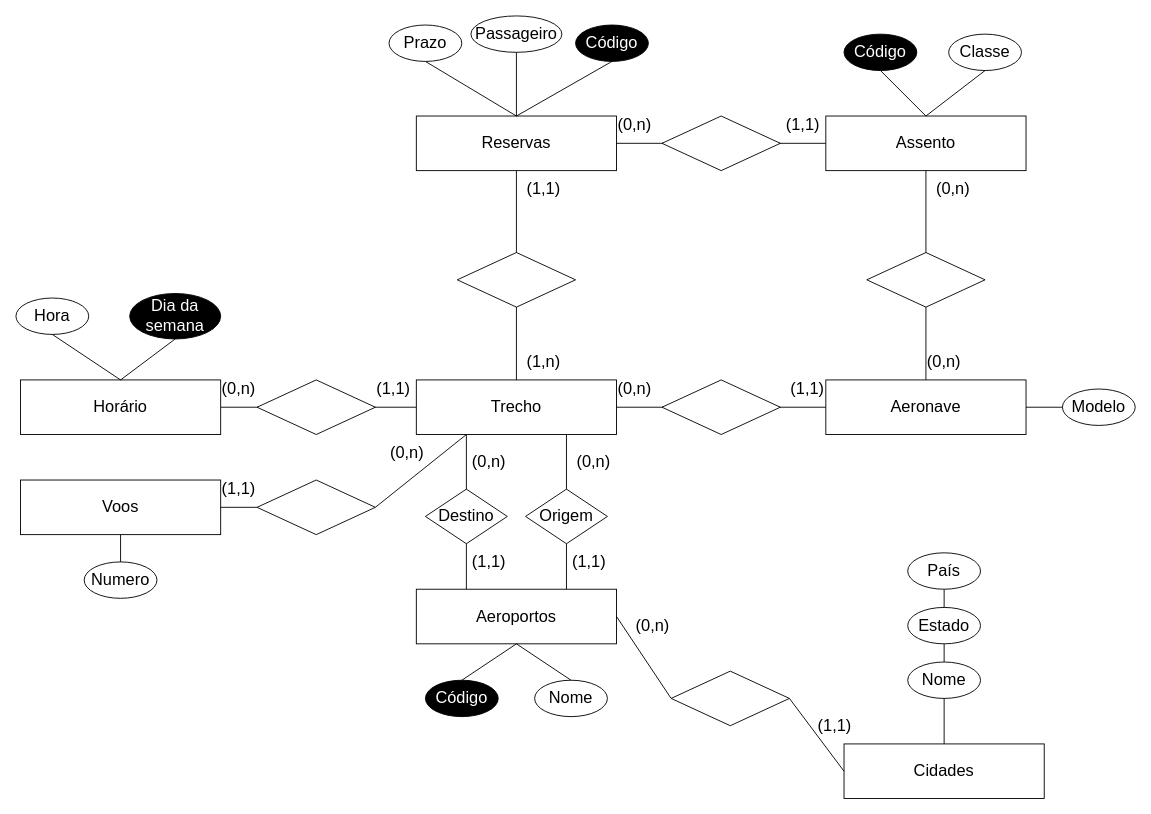
Before: Facul/Untitled Diagram.drawio in HansRafael/projects, a draw.io diagram. Source tidied: cells renumbered, new cells numbered last; positions are measured from the earlier drawing's top-left corner, leaving out a move shared by most shapes. Both pictures are drawn from the tidied source at 91%, with x=0, y=0 at pixel (15, 15).
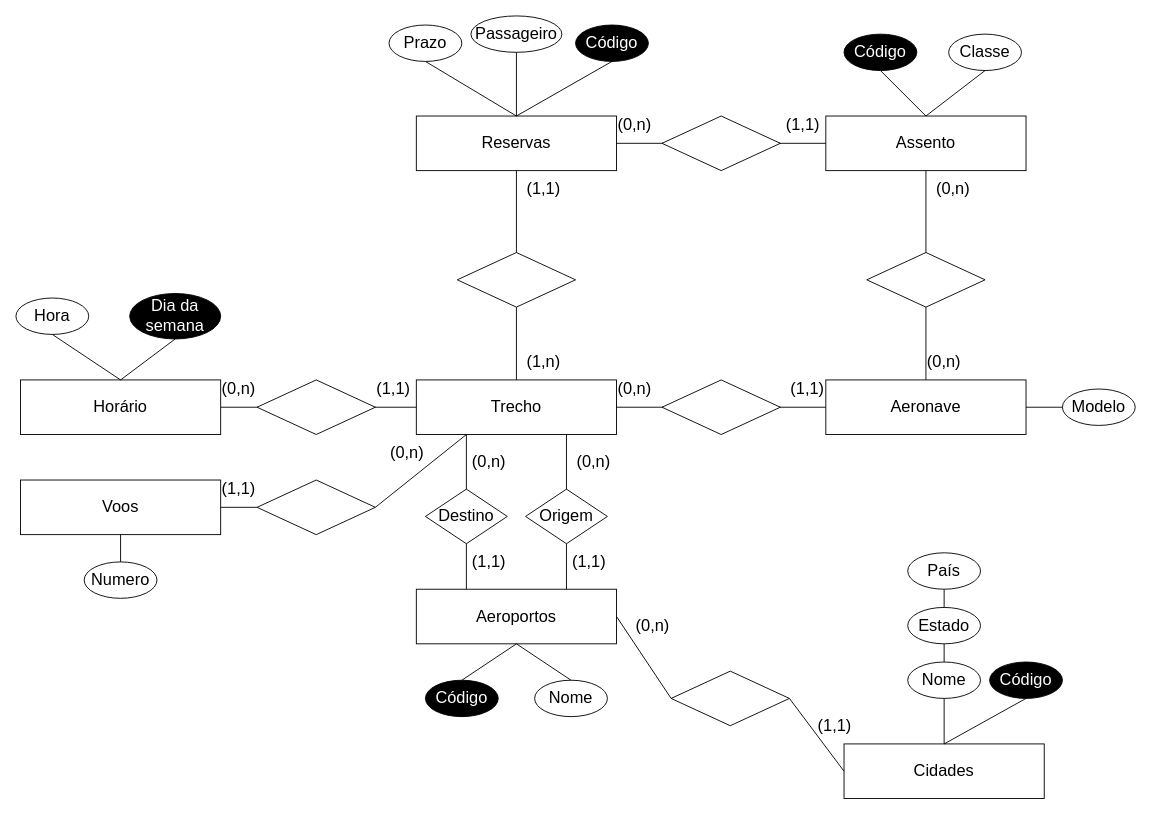
After the change.

The change refers to these unchanged cells:
```xml
<mxCell id="4" value="&lt;font style=&quot;font-size: 18px&quot;&gt;Cidades&lt;/font&gt;" style="rounded=0;whiteSpace=wrap;html=1;" parent="1" vertex="1">
  <mxGeometry x="910" y="800" width="220" height="60" as="geometry" />
</mxCell>
```

Diff of the diagram source:
```diff
@@
+    <mxCell id="76" value="&lt;font style=&quot;font-size: 18px&quot; color=&quot;#ffffff&quot;&gt;Código&lt;/font&gt;" style="ellipse;whiteSpace=wrap;html=1;fillColor=#000000;" parent="1" vertex="1">
+      <mxGeometry x="1070" y="710" width="80" height="40" as="geometry" />
+    </mxCell>
+    <mxCell id="77" style="endArrow=none;html=1;entryX=0.5;entryY=1;entryDx=0;entryDy=0;exitX=0.5;exitY=0;exitDx=0;exitDy=0;" parent="1" edge="1" source="4" target="76">
+      <mxGeometry relative="1" as="geometry" />
+    </mxCell>
```
